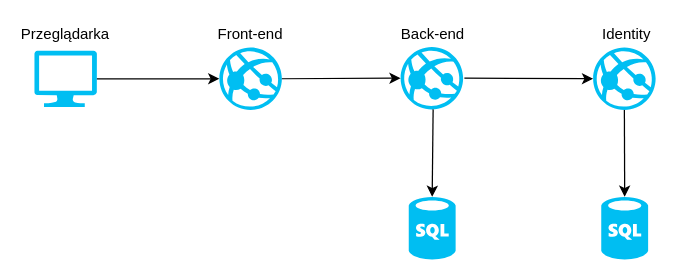
Above: Presentation/Images/Untitled Diagram.drawio in amularczyk/LT-ForStudents (draw.io), before the change. Source tidied: cells renumbered, new cells numbered last; positions are measured from the earlier drawing's top-left corner, leaving out a move shared by most shapes. Both pictures are drawn from the tidied source at 125%, with x=0, y=0 at pixel (34, 21).
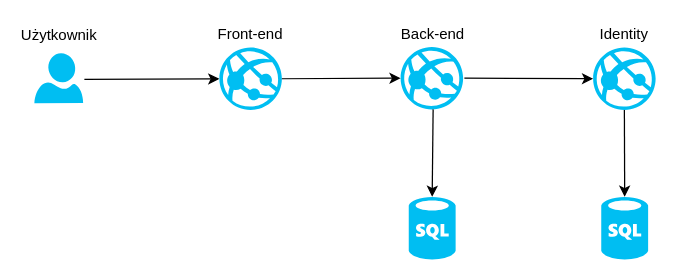
The same diagram, later.

Diff of the diagram source:
```diff
@@
 <mxGraphModel>
   <root>
     <mxCell id="0" />
     <mxCell id="1" parent="0" />
     <mxCell id="2" style="verticalLabelPosition=bottom;html=1;verticalAlign=top;align=center;strokeColor=none;fillColor=#00BEF2;shape=mxgraph.azure.azure_website;" parent="1" vertex="1">
       <mxGeometry x="293" y="20" width="50" height="50" as="geometry" />
     </mxCell>
     <mxCell id="3" style="verticalLabelPosition=bottom;html=1;verticalAlign=top;align=center;strokeColor=none;fillColor=#00BEF2;shape=mxgraph.azure.azure_website;" parent="1" vertex="1">
       <mxGeometry x="447" y="20.5" width="50" height="50" as="geometry" />
     </mxCell>
-    <mxCell id="4" style="verticalLabelPosition=bottom;html=1;verticalAlign=top;align=center;strokeColor=none;fillColor=#00BEF2;shape=mxgraph.azure.computer;" parent="1" vertex="1">
-      <mxGeometry y="23" width="50" height="45" as="geometry" />
-    </mxCell>
     <mxCell id="5" style="verticalLabelPosition=bottom;html=1;verticalAlign=top;align=center;strokeColor=none;fillColor=#00BEF2;shape=mxgraph.azure.sql_database;" parent="1" vertex="1">
       <mxGeometry x="453.5" y="140" width="37.5" height="50" as="geometry" />
     </mxCell>
     <mxCell id="6" style="verticalLabelPosition=bottom;html=1;verticalAlign=top;align=center;strokeColor=none;fillColor=#00BEF2;shape=mxgraph.azure.sql_database;" parent="1" vertex="1">
       <mxGeometry x="299.5" y="140" width="37.5" height="50" as="geometry" />
     </mxCell>
-    <mxCell id="7" style="endArrow=classic;html=1;exitX=1;exitY=0.5;exitDx=0;exitDy=0;exitPerimeter=0;" parent="1" edge="1" source="4" target="12">
-      <mxGeometry relative="1" as="geometry" />
+    <mxCell id="7" style="endArrow=classic;html=1;" parent="1" edge="1" target="12">
+      <mxGeometry relative="1" as="geometry">
+        <mxPoint x="40" y="46" as="sourcePoint" />
+      </mxGeometry>
     </mxCell>
     <mxCell id="8" style="endArrow=classic;html=1;entryX=0;entryY=0.5;entryDx=0;entryDy=0;entryPerimeter=0;exitX=1;exitY=0.5;exitDx=0;exitDy=0;exitPerimeter=0;" parent="1" edge="1" target="3">
       <mxGeometry relative="1" as="geometry">
         <mxPoint x="344" y="45" as="sourcePoint" />
       </mxGeometry>
     </mxCell>
     <mxCell id="9" style="endArrow=classic;html=1;exitX=0.5;exitY=1;exitDx=0;exitDy=0;exitPerimeter=0;entryX=0.5;entryY=0;entryDx=0;entryDy=0;entryPerimeter=0;" parent="1" edge="1" target="6">
       <mxGeometry relative="1" as="geometry">
         <mxPoint x="319" y="70" as="sourcePoint" />
       </mxGeometry>
     </mxCell>
     <mxCell id="10" style="endArrow=classic;html=1;exitX=0.5;exitY=1;exitDx=0;exitDy=0;exitPerimeter=0;entryX=0.5;entryY=0;entryDx=0;entryDy=0;entryPerimeter=0;" parent="1" edge="1" source="3" target="5">
       <mxGeometry relative="1" as="geometry" />
     </mxCell>
-    <mxCell id="11" value="&lt;div&gt;Przeglądarka&lt;/div&gt;" style="text;html=1;strokeColor=none;fillColor=none;align=center;verticalAlign=middle;whiteSpace=wrap;rounded=0;" parent="1" vertex="1">
-      <mxGeometry x="5" width="40" height="20" as="geometry" />
+    <mxCell id="11" value="&lt;div&gt;Użytkownik&lt;/div&gt;" style="text;html=1;strokeColor=none;fillColor=none;align=center;verticalAlign=middle;whiteSpace=wrap;rounded=0;" parent="1" vertex="1">
+      <mxGeometry y="0.5" width="40" height="20" as="geometry" />
     </mxCell>
     <mxCell id="12" style="verticalLabelPosition=bottom;html=1;verticalAlign=top;align=center;strokeColor=none;fillColor=#00BEF2;shape=mxgraph.azure.azure_website;" parent="1" vertex="1">
       <mxGeometry x="148" y="20.5" width="50" height="50" as="geometry" />
     </mxCell>
     <mxCell id="13" style="endArrow=classic;html=1;exitX=1;exitY=0.5;exitDx=0;exitDy=0;exitPerimeter=0;entryX=0;entryY=0.5;entryDx=0;entryDy=0;entryPerimeter=0;" parent="1" edge="1" source="12" target="2">
       <mxGeometry relative="1" as="geometry" />
     </mxCell>
     <mxCell id="14" value="Front-end" style="text;html=1;strokeColor=none;fillColor=none;align=center;verticalAlign=middle;whiteSpace=wrap;rounded=0;" parent="1" vertex="1">
       <mxGeometry x="143" width="60" height="20" as="geometry" />
     </mxCell>
     <mxCell id="15" value="Back-end" style="text;html=1;strokeColor=none;fillColor=none;align=center;verticalAlign=middle;whiteSpace=wrap;rounded=0;" parent="1" vertex="1">
       <mxGeometry x="268.5" width="100" height="20" as="geometry" />
     </mxCell>
     <mxCell id="16" value="Identity" style="text;html=1;strokeColor=none;fillColor=none;align=center;verticalAlign=middle;whiteSpace=wrap;rounded=0;" parent="1" vertex="1">
-      <mxGeometry x="453.5" width="40" height="20" as="geometry" />
+      <mxGeometry x="452" width="40" height="20" as="geometry" />
     </mxCell>
+    <mxCell id="17" style="verticalLabelPosition=bottom;html=1;verticalAlign=top;align=center;strokeColor=none;fillColor=#00BEF2;shape=mxgraph.azure.user;" parent="1" vertex="1">
+      <mxGeometry y="25" width="39" height="40" as="geometry" />
+    </mxCell>
   </root>
 </mxGraphModel>
```
